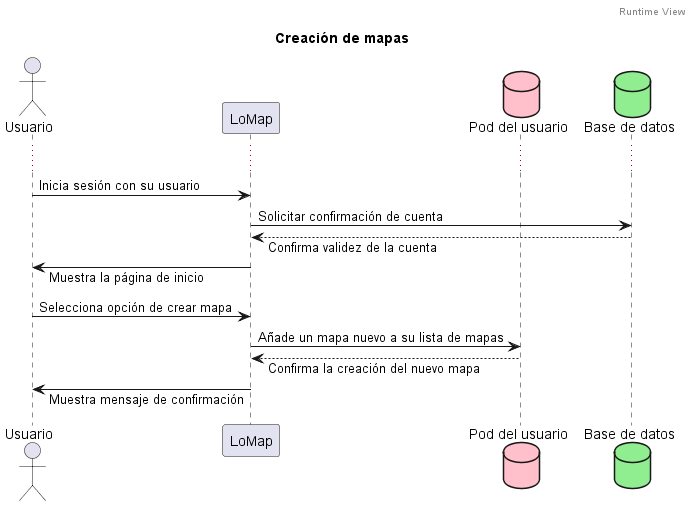
This is images/Crear mapa.png from Arquisoft/lomap_es4b, a PlantUML export, as it was before one commit. Source of this version:
```plantuml
@startuml
header Runtime View
title Creación de mapas

Actor Usuario
Participant LoMap
Database Pod as "Pod del usuario" #pink
Database DataBase as "Base de datos" #lightgreen

skinparam responseMessageBelowArrow true

...

Usuario -> LoMap: Inicia sesión con su usuario

LoMap -> DataBase: Solicitar confirmación de cuenta
LoMap <-- DataBase: Confirma validez de la cuenta

Usuario <- LoMap: Muestra la página de inicio

Usuario -> LoMap: Selecciona opción de crear mapa

LoMap -> Pod: Añade un mapa nuevo a su lista de mapas
LoMap <-- Pod: Confirma la creación del nuevo mapa

Usuario <- LoMap: Muestra mensaje de confirmación
@enduml
```
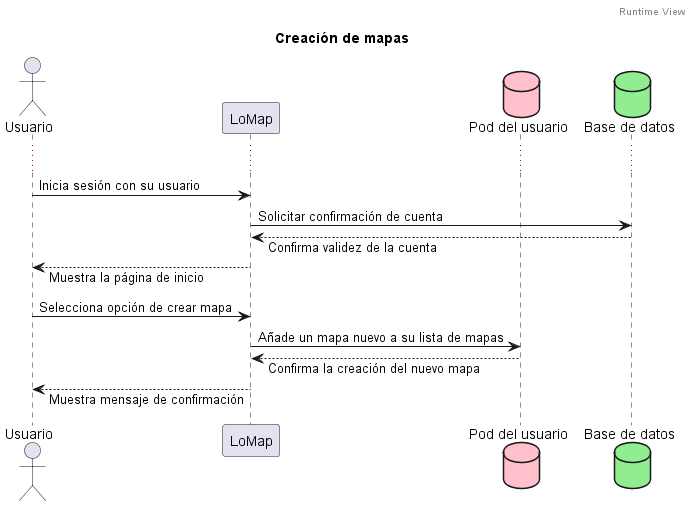
Later version of the same file.

Diff of the diagram source:
```diff
@@ -16,12 +16,12 @@
 LoMap -> DataBase: Solicitar confirmación de cuenta
 LoMap <-- DataBase: Confirma validez de la cuenta
 
-Usuario <- LoMap: Muestra la página de inicio
+Usuario <-- LoMap: Muestra la página de inicio
 
 Usuario -> LoMap: Selecciona opción de crear mapa
 
 LoMap -> Pod: Añade un mapa nuevo a su lista de mapas
 LoMap <-- Pod: Confirma la creación del nuevo mapa
 
-Usuario <- LoMap: Muestra mensaje de confirmación
+Usuario <-- LoMap: Muestra mensaje de confirmación
 @enduml
```
